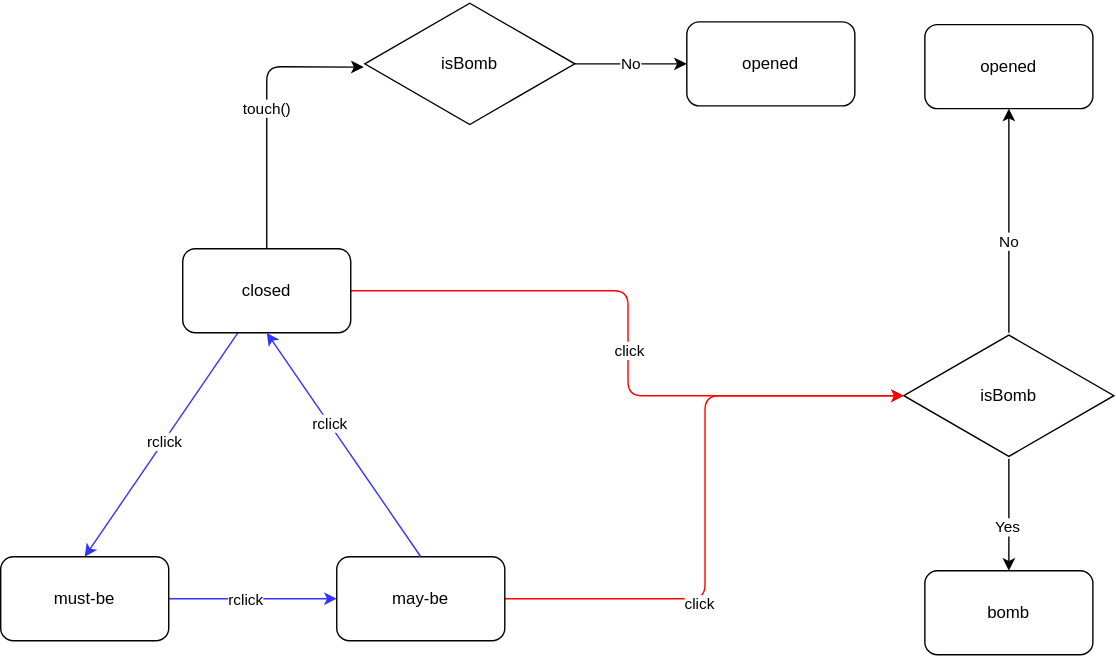
The draw.io diagram src/components/mine.memo.drawio.svg in kazumatu981/minesweeper, before a commit. Source tidied: cells renumbered, new cells last; positions are measured from the earlier drawing's top-left corner, leaving out a move shared by most shapes.
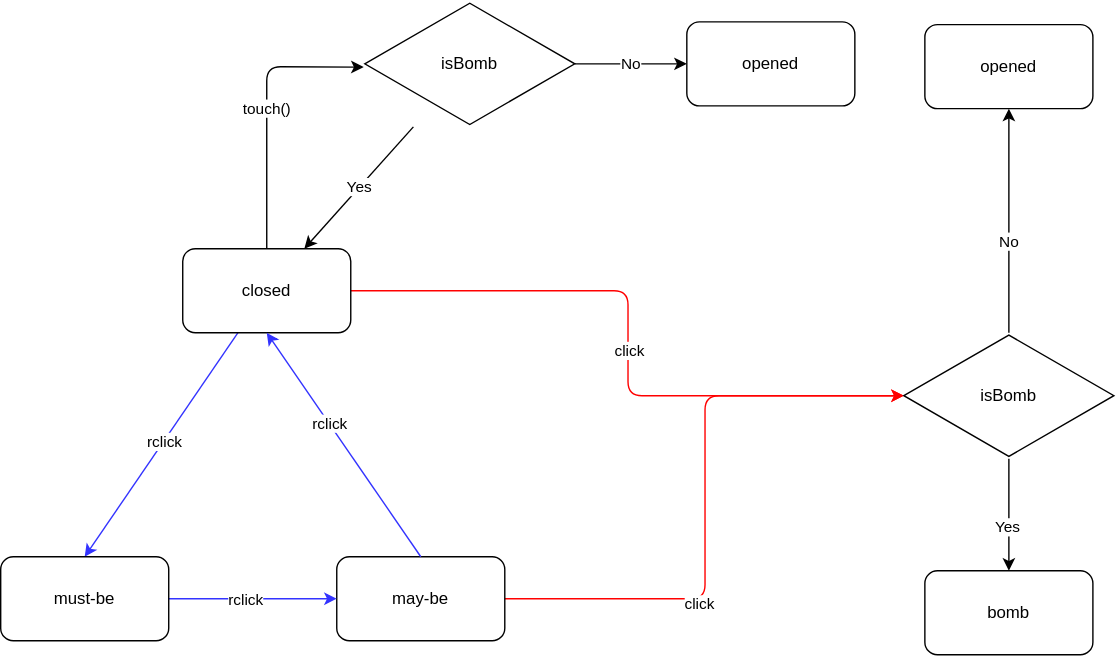
Above is the later version.

The edit, as a diff of the source:
```diff
@@ -65,6 +65,9 @@
     <mxCell id="22" value="No" style="edgeStyle=none;html=1;entryX=0;entryY=0.5;entryDx=0;entryDy=0;" parent="1" edge="1" source="23" target="25">
       <mxGeometry relative="1" as="geometry" />
     </mxCell>
+    <mxCell id="26" value="Yes" style="edgeStyle=none;html=1;" parent="1" edge="1" source="23" target="6">
+      <mxGeometry relative="1" as="geometry" />
+    </mxCell>
     <mxCell id="23" value="isBomb" style="html=1;whiteSpace=wrap;shape=isoRectangle;" parent="1" vertex="1">
       <mxGeometry x="260" width="150" height="90" as="geometry" />
     </mxCell>
```
